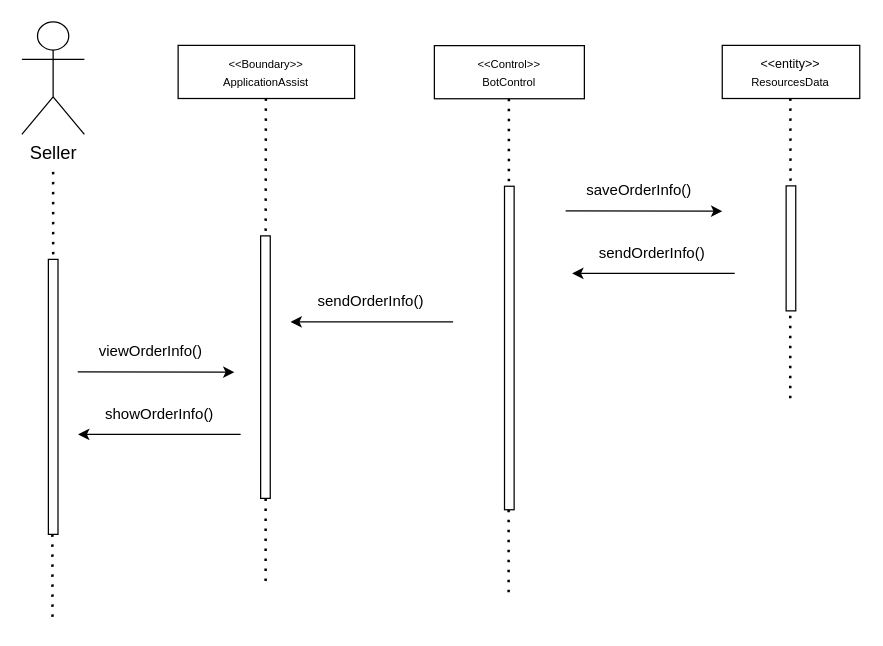
Before: page "Page-1" (1 of 2) of Record and Send Order Info.drawio in munkeawtoast/isad-diagrams, a draw.io diagram. Source tidied: cells renumbered, new cells numbered last; positions are measured from the earlier drawing's top-left corner, leaving out a move shared by most shapes. Both pictures are drawn from the tidied source at 125%, with x=0, y=0 at pixel (21, 21).
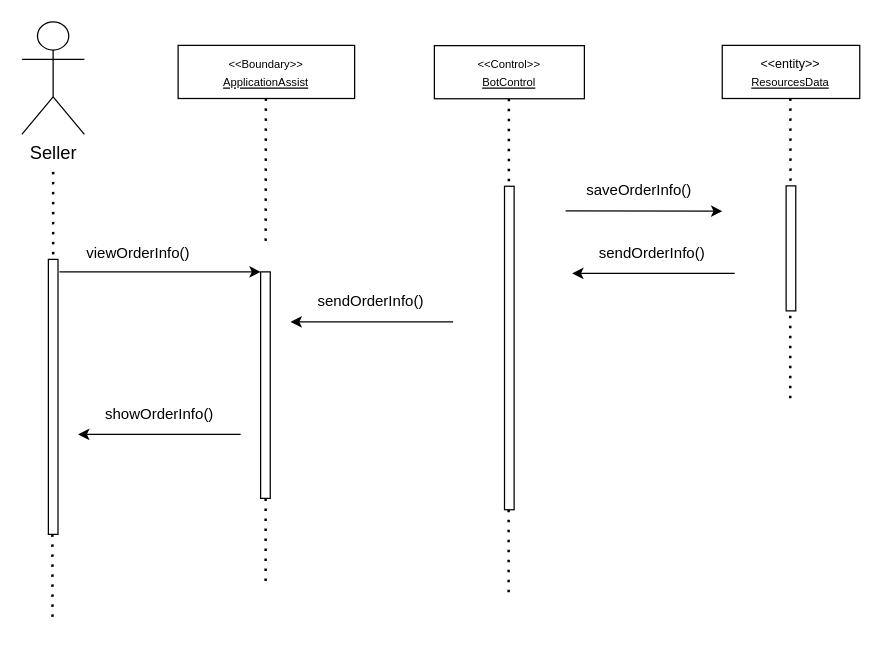
The same diagram, later.

Unchanged cells that the change refers to:
```xml
<mxCell id="3" style="rounded=0;whiteSpace=wrap;html=1;fontSize=9;" parent="1" vertex="1">
  <mxGeometry x="21.2" y="190" width="7.7" height="220" as="geometry" />
</mxCell>
```

Change to the diagram source:
```diff
@@
-    <mxCell id="5" value="&lt;font style=&quot;font-size: 9px;&quot;&gt;&amp;lt;&amp;lt;Control&amp;gt;&amp;gt;&lt;br&gt;BotControl&lt;br&gt;&lt;/font&gt;" style="rounded=0;whiteSpace=wrap;html=1;" parent="1" vertex="1">
+    <mxCell id="5" value="&lt;font style=&quot;font-size: 9px;&quot;&gt;&amp;lt;&amp;lt;Control&amp;gt;&amp;gt;&lt;br&gt;&lt;u&gt;BotControl&lt;/u&gt;&lt;br&gt;&lt;/font&gt;" style="rounded=0;whiteSpace=wrap;html=1;" parent="1" vertex="1">
       <mxGeometry x="330" y="19" width="120" height="42.5" as="geometry" />
     </mxCell>
-    <mxCell id="6" value="&lt;font style=&quot;&quot;&gt;&lt;font size=&quot;1&quot;&gt;&amp;lt;&amp;lt;entity&amp;gt;&amp;gt;&lt;/font&gt;&lt;br&gt;&lt;span style=&quot;text-align: left;&quot;&gt;&lt;font style=&quot;font-size: 9px;&quot;&gt;ResourcesData&lt;/font&gt;&lt;/span&gt;&lt;br&gt;&lt;/font&gt;" style="rounded=0;whiteSpace=wrap;html=1;" parent="1" vertex="1">
+    <mxCell id="6" value="&lt;font style=&quot;&quot;&gt;&lt;font size=&quot;1&quot;&gt;&amp;lt;&amp;lt;entity&amp;gt;&amp;gt;&lt;/font&gt;&lt;br&gt;&lt;span style=&quot;text-align: left;&quot;&gt;&lt;font style=&quot;font-size: 9px;&quot;&gt;&lt;u&gt;ResourcesData&lt;/u&gt;&lt;/font&gt;&lt;/span&gt;&lt;br&gt;&lt;/font&gt;" style="rounded=0;whiteSpace=wrap;html=1;" parent="1" vertex="1">
       <mxGeometry x="560.3" y="18.8" width="110" height="42.5" as="geometry" />
     </mxCell>
-    <mxCell id="7" value="&lt;font style=&quot;font-size: 9px;&quot;&gt;&amp;lt;&amp;lt;Boundary&amp;gt;&amp;gt;&lt;br&gt;ApplicationAssist&lt;br&gt;&lt;/font&gt;" style="rounded=0;whiteSpace=wrap;html=1;" parent="1" vertex="1">
+    <mxCell id="7" value="&lt;font style=&quot;font-size: 9px;&quot;&gt;&amp;lt;&amp;lt;Boundary&amp;gt;&amp;gt;&lt;br&gt;&lt;u&gt;ApplicationAssist&lt;/u&gt;&lt;br&gt;&lt;/font&gt;" style="rounded=0;whiteSpace=wrap;html=1;" parent="1" vertex="1">
       <mxGeometry x="125" y="18.8" width="141.2" height="42.5" as="geometry" />
     </mxCell>
@@
-    <mxCell id="16" style="endArrow=classic;html=1;fontSize=9;entryX=-0.265;entryY=0.418;entryDx=0;entryDy=0;entryPerimeter=0;" parent="1" edge="1">
-      <mxGeometry relative="1" as="geometry">
-        <mxPoint x="44.7" y="280" as="sourcePoint" />
-        <mxPoint x="170" y="280.2" as="targetPoint" />
-      </mxGeometry>
+    <mxCell id="16" style="endArrow=classic;html=1;fontSize=9;entryX=0;entryY=0;entryDx=0;entryDy=0;exitX=1.147;exitY=0.045;exitDx=0;exitDy=0;exitPerimeter=0;" parent="1" edge="1" source="3" target="23">
+      <mxGeometry relative="1" as="geometry" />
     </mxCell>
     <mxCell id="17" value="&lt;div style=&quot;text-align: center;&quot;&gt;&lt;span style=&quot;background-color: initial;&quot;&gt;viewOrderInfo()&lt;/span&gt;&lt;/div&gt;" style="text;whiteSpace=wrap;html=1;" parent="1" vertex="1">
-      <mxGeometry x="60" y="250" width="110" height="40" as="geometry" />
+      <mxGeometry x="50" y="171.2" width="110" height="40" as="geometry" />
     </mxCell>
@@
     <mxCell id="23" style="rounded=0;whiteSpace=wrap;html=1;fontSize=9;" parent="1" vertex="1">
-      <mxGeometry x="191" y="171.2" width="7.7" height="210" as="geometry" />
+      <mxGeometry x="191" y="200" width="7.7" height="181.2" as="geometry" />
     </mxCell>
```
